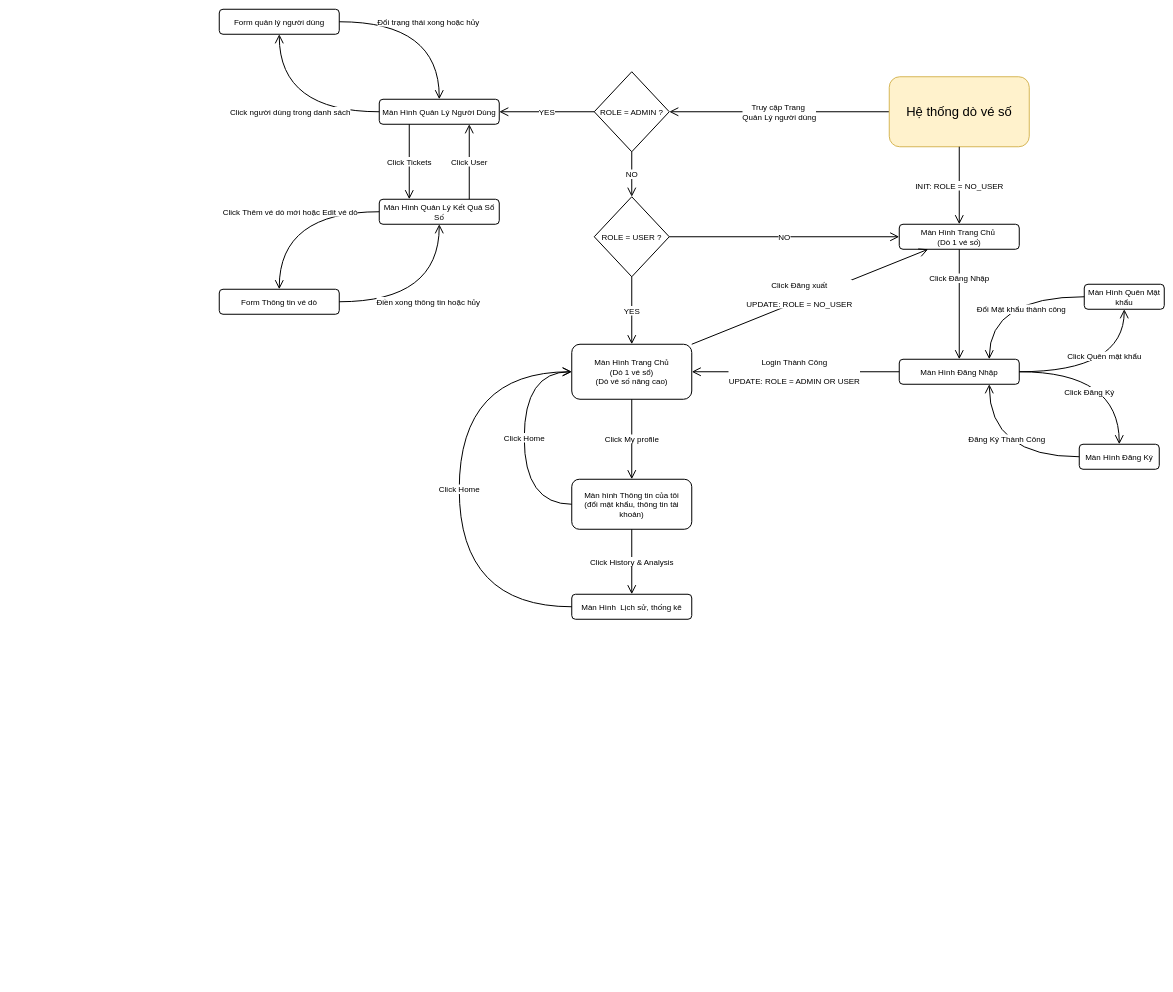
The draw.io diagram Task 1/Diagrams/Screen Flow.drawio in Stratoze/lab301, before the edit. Source tidied: cells renumbered, new cells numbered last; positions are measured from the earlier drawing's top-left corner, leaving out a move shared by most shapes. Both pictures are drawn from the tidied source at 50%, with x=0, y=0 at pixel (219, 9).
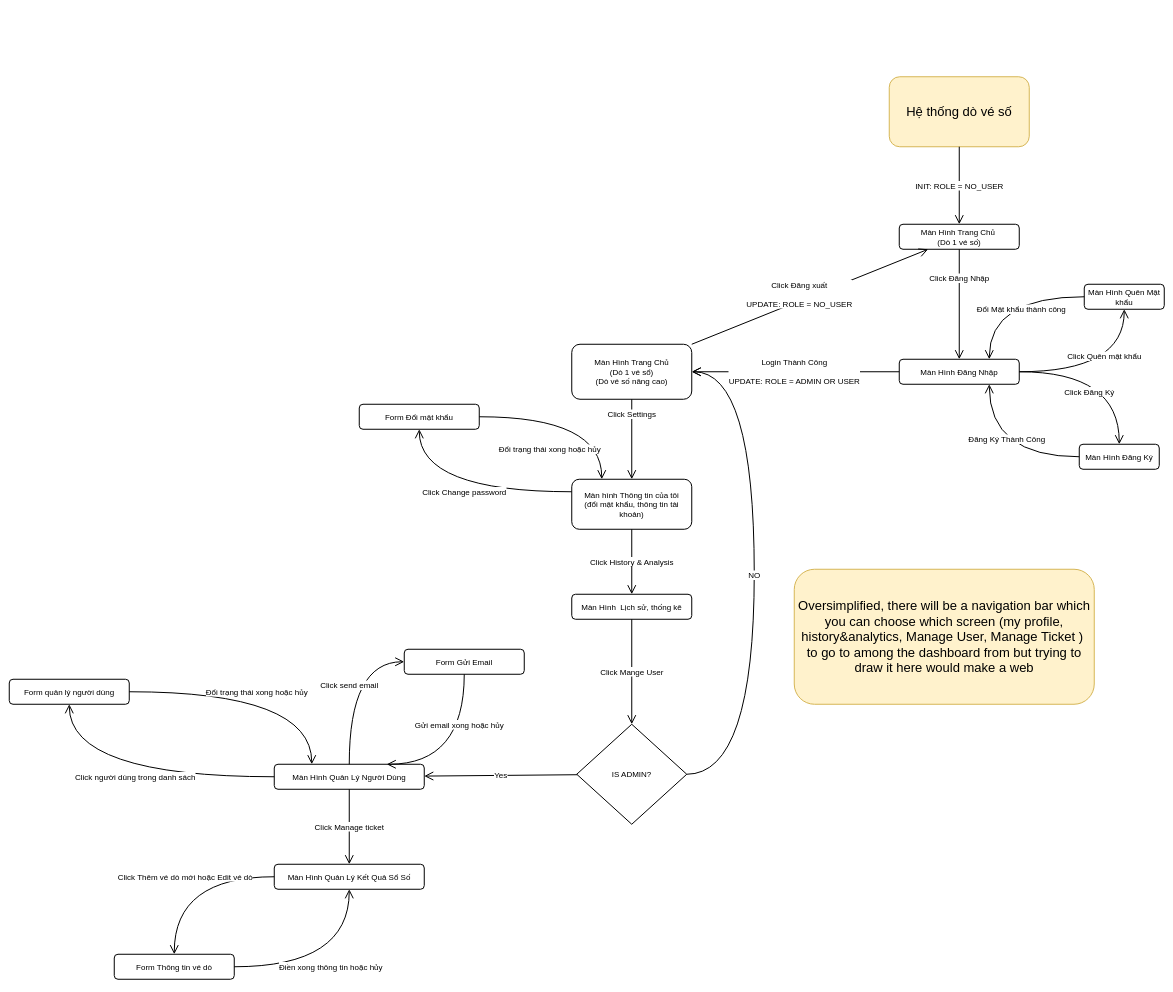
After the change.

The change refers to these unchanged cells:
```xml
<mxCell id="2" value="Màn Hình Trang Chủ&amp;nbsp;&lt;br&gt;(Dò 1 vé số)" style="rounded=1;whiteSpace=wrap;html=1;strokeWidth=2;fontSize=16;" parent="1" vertex="1">
  <mxGeometry x="1360" y="430" width="240" height="50" as="geometry" />
</mxCell>
<mxCell id="14" value="Hệ thống dò vé số" style="rounded=1;whiteSpace=wrap;html=1;strokeWidth=2;fontSize=26;fillColor=#fff2cc;strokeColor=#d6b656;" parent="1" vertex="1">
  <mxGeometry x="1340" y="135" width="280" height="140" as="geometry" />
</mxCell>
<mxCell id="21" value="Màn Hình Trang Chủ&lt;div&gt;(Dò 1 vé sổ)&lt;br&gt;(Dò vé số nâng cao)&lt;/div&gt;" style="rounded=1;whiteSpace=wrap;html=1;strokeWidth=2;fontSize=16;" parent="1" vertex="1">
  <mxGeometry x="705" y="670" width="240" height="110" as="geometry" />
</mxCell>
<mxCell id="29" value="Màn Hình&amp;nbsp; Lịch sử, thống kê" style="rounded=1;whiteSpace=wrap;html=1;strokeWidth=2;fontSize=16;" parent="1" vertex="1">
  <mxGeometry x="705" y="1170" width="240" height="50" as="geometry" />
</mxCell>
<mxCell id="31" value="Màn hình Thông tin của tôi&lt;div&gt;(đổi mật khẩu, thông tin tài khoản)&lt;/div&gt;" style="rounded=1;whiteSpace=wrap;html=1;strokeWidth=2;fontSize=16;" parent="1" vertex="1">
  <mxGeometry x="705" y="940" width="240" height="100" as="geometry" />
</mxCell>
```

The edit, as a diff of the source:
```diff
@@
     <mxCell id="12" value="Màn Hình Quản Lý Người Dùng" style="rounded=1;whiteSpace=wrap;html=1;strokeWidth=2;fontSize=16;" parent="1" vertex="1">
-      <mxGeometry x="320" y="180" width="240" height="50" as="geometry" />
+      <mxGeometry x="110" y="1510" width="300" height="50" as="geometry" />
     </mxCell>
-    <mxCell id="13" value="Truy cập Trang&amp;nbsp;&lt;div&gt;Quản Lý người dùng&lt;/div&gt;" style="endArrow=open;html=1;rounded=0;strokeWidth=2;endFill=0;endSize=14;fontSize=16;" parent="1" edge="1" source="14" target="16">
-      <mxGeometry relative="1" as="geometry" />
-    </mxCell>
@@
-    <mxCell id="16" value="ROLE = ADMIN ?" style="rhombus;whiteSpace=wrap;html=1;fontSize=16;strokeWidth=2;" parent="1" vertex="1">
-      <mxGeometry x="750" y="125" width="150" height="160" as="geometry" />
-    </mxCell>
-    <mxCell id="17" value="YES" style="endArrow=open;html=1;rounded=0;strokeWidth=2;endFill=0;endSize=14;fontSize=16;" parent="1" edge="1" source="16" target="12">
-      <mxGeometry relative="1" as="geometry" />
-    </mxCell>
-    <mxCell id="18" value="NO" style="endArrow=open;html=1;rounded=0;strokeWidth=2;endFill=0;endSize=14;fontSize=16;exitX=0.5;exitY=1;exitDx=0;exitDy=0;" parent="1" edge="1" source="16" target="22">
-      <mxGeometry relative="1" as="geometry" />
-    </mxCell>
     <mxCell id="19" value="Màn Hình Quản Lý Kết Quả Sổ Số" style="rounded=1;whiteSpace=wrap;html=1;strokeWidth=2;fontSize=16;" parent="1" vertex="1">
-      <mxGeometry x="320" y="380" width="240" height="50" as="geometry" />
+      <mxGeometry x="110" y="1710" width="300" height="50" as="geometry" />
     </mxCell>
-    <mxCell id="20" value="Click Tickets" style="endArrow=open;html=1;rounded=0;strokeWidth=2;endFill=0;endSize=14;fontSize=16;exitX=0.25;exitY=1;exitDx=0;exitDy=0;entryX=0.25;entryY=0;entryDx=0;entryDy=0;" parent="1" edge="1" source="12" target="19">
-      <mxGeometry relative="1" as="geometry" />
-    </mxCell>
@@
-    <mxCell id="22" value="ROLE = USER ?" style="rhombus;whiteSpace=wrap;html=1;fontSize=16;strokeWidth=2;" parent="1" vertex="1">
-      <mxGeometry x="750" y="375" width="150" height="160" as="geometry" />
-    </mxCell>
-    <mxCell id="23" value="NO" style="endArrow=open;html=1;rounded=0;strokeWidth=2;endFill=0;endSize=14;fontSize=16;" parent="1" edge="1" source="22" target="2">
-      <mxGeometry relative="1" as="geometry" />
-    </mxCell>
-    <mxCell id="24" value="YES" style="endArrow=open;html=1;rounded=0;strokeWidth=2;endFill=0;endSize=14;fontSize=16;" parent="1" edge="1" source="22" target="21">
-      <mxGeometry relative="1" as="geometry" />
-    </mxCell>
     <mxCell id="25" value="Form Thông tin vé dò" style="rounded=1;whiteSpace=wrap;html=1;strokeWidth=2;fontSize=16;" parent="1" vertex="1">
-      <mxGeometry y="560" width="240" height="50" as="geometry" />
+      <mxGeometry x="-210" y="1890" width="240" height="50" as="geometry" />
     </mxCell>
@@
     <mxCell id="27" value="Form quản lý người dùng" style="rounded=1;whiteSpace=wrap;html=1;strokeWidth=2;fontSize=16;" parent="1" vertex="1">
-      <mxGeometry width="240" height="50" as="geometry" />
+      <mxGeometry x="-420" y="1340" width="240" height="50" as="geometry" />
     </mxCell>
@@
-    <mxCell id="30" value="Click My profile" style="endArrow=open;html=1;rounded=0;strokeWidth=2;endFill=0;endSize=14;fontSize=16;" parent="1" edge="1" source="21" target="31">
-      <mxGeometry relative="1" as="geometry" />
+    <mxCell id="30" value="Click Settings" style="endArrow=open;html=1;rounded=0;strokeWidth=2;endFill=0;endSize=14;fontSize=16;" parent="1" edge="1" source="21" target="31">
+      <mxGeometry x="-0.62" relative="1" as="geometry" />
     </mxCell>
@@
-    <mxCell id="33" value="Click Home" style="endArrow=open;html=1;rounded=0;strokeWidth=2;endFill=0;endSize=14;fontSize=16;edgeStyle=orthogonalEdgeStyle;curved=1;exitX=0;exitY=0.5;exitDx=0;exitDy=0;entryX=0;entryY=0.5;entryDx=0;entryDy=0;" parent="1" edge="1" source="29" target="21">
-      <mxGeometry relative="1" as="geometry">
-        <Array as="points">
-          <mxPoint x="480" y="1195" />
-          <mxPoint x="480" y="725" />
-        </Array>
-      </mxGeometry>
-    </mxCell>
-    <mxCell id="34" value="Click Home" style="endArrow=open;html=1;rounded=0;strokeWidth=2;endFill=0;endSize=14;fontSize=16;edgeStyle=orthogonalEdgeStyle;curved=1;exitX=0;exitY=0.5;exitDx=0;exitDy=0;entryX=0;entryY=0.5;entryDx=0;entryDy=0;" parent="1" edge="1" source="31" target="21">
-      <mxGeometry relative="1" as="geometry">
-        <Array as="points">
-          <mxPoint x="610" y="990" />
-          <mxPoint x="610" y="725" />
-        </Array>
-      </mxGeometry>
-    </mxCell>
@@
-    <mxCell id="37" value="Đổi trạng thái xong hoặc hủy" style="endArrow=open;html=1;rounded=0;strokeWidth=2;endFill=0;endSize=14;fontSize=16;edgeStyle=orthogonalEdgeStyle;curved=1;exitX=1;exitY=0.5;exitDx=0;exitDy=0;" parent="1" edge="1" source="27" target="12">
+    <mxCell id="37" value="Đổi trạng thái xong hoặc hủy" style="endArrow=open;html=1;rounded=0;strokeWidth=2;endFill=0;endSize=14;fontSize=16;edgeStyle=orthogonalEdgeStyle;curved=1;exitX=1;exitY=0.5;exitDx=0;exitDy=0;entryX=0.25;entryY=0;entryDx=0;entryDy=0;" parent="1" edge="1" source="27" target="12">
       <mxGeometry relative="1" as="geometry" />
     </mxCell>
-    <mxCell id="38" value="Click User" style="endArrow=open;html=1;rounded=0;strokeWidth=2;endFill=0;endSize=14;fontSize=16;exitX=0.75;exitY=0;exitDx=0;exitDy=0;entryX=0.75;entryY=1;entryDx=0;entryDy=0;" parent="1" edge="1" source="19" target="12">
-      <mxGeometry relative="1" as="geometry" />
-    </mxCell>
@@
+    <mxCell id="40" value="Form Đổi mật khẩu" style="rounded=1;whiteSpace=wrap;html=1;strokeWidth=2;fontSize=16;" parent="1" vertex="1">
+      <mxGeometry x="280" y="790" width="240" height="50" as="geometry" />
+    </mxCell>
+    <mxCell id="41" value="Click Change password" style="endArrow=open;html=1;rounded=0;strokeWidth=2;endFill=0;endSize=14;fontSize=16;edgeStyle=orthogonalEdgeStyle;curved=1;exitX=0;exitY=0.25;exitDx=0;exitDy=0;" parent="1" edge="1" source="31" target="40">
+      <mxGeometry relative="1" as="geometry" />
+    </mxCell>
+    <mxCell id="42" value="Đổi trạng thái xong hoặc hủy" style="endArrow=open;html=1;rounded=0;strokeWidth=2;endFill=0;endSize=14;fontSize=16;edgeStyle=orthogonalEdgeStyle;curved=1;exitX=1;exitY=0.5;exitDx=0;exitDy=0;entryX=0.25;entryY=0;entryDx=0;entryDy=0;" parent="1" edge="1" source="40" target="31">
+      <mxGeometry x="-0.24" y="-65" relative="1" as="geometry" />
+    </mxCell>
+    <mxCell id="43" value="IS ADMIN?" style="rhombus;whiteSpace=wrap;html=1;strokeWidth=2;fontSize=16;" parent="1" vertex="1">
+      <mxGeometry x="715" y="1430" width="220" height="200" as="geometry" />
+    </mxCell>
+    <mxCell id="44" value="Click Mange User" style="endArrow=open;html=1;rounded=0;strokeWidth=2;endFill=0;endSize=14;fontSize=16;" parent="1" edge="1" source="29" target="43">
+      <mxGeometry relative="1" as="geometry" />
+    </mxCell>
+    <mxCell id="45" value="Yes" style="endArrow=open;html=1;rounded=0;strokeWidth=2;endFill=0;endSize=14;fontSize=16;" parent="1" edge="1" source="43" target="12">
+      <mxGeometry relative="1" as="geometry" />
+    </mxCell>
+    <mxCell id="46" value="NO" style="endArrow=open;html=1;rounded=0;strokeWidth=2;endFill=0;endSize=14;fontSize=16;edgeStyle=orthogonalEdgeStyle;curved=1;" parent="1" edge="1" source="43" target="21">
+      <mxGeometry relative="1" as="geometry">
+        <Array as="points">
+          <mxPoint x="1070" y="1530" />
+          <mxPoint x="1070" y="725" />
+        </Array>
+      </mxGeometry>
+    </mxCell>
+    <mxCell id="20" value="Click Manage ticket" style="endArrow=open;html=1;rounded=0;strokeWidth=2;endFill=0;endSize=14;fontSize=16;" parent="1" edge="1" source="12" target="19">
+      <mxGeometry relative="1" as="geometry" />
+    </mxCell>
+    <mxCell id="47" value="Oversimplified, there will be a navigation bar which you can choose which screen (my profile, history&amp;amp;analytics, Manage User, Manage Ticket )&amp;nbsp;&lt;div&gt;to go to among the dashboard from but trying to draw it here would make a web&lt;/div&gt;" style="rounded=1;whiteSpace=wrap;html=1;strokeWidth=2;fontSize=26;fillColor=#fff2cc;strokeColor=#d6b656;" parent="1" vertex="1">
+      <mxGeometry x="1150" y="1120" width="600" height="270" as="geometry" />
+    </mxCell>
+    <mxCell id="48" value="Form Gửi Email" style="rounded=1;whiteSpace=wrap;html=1;strokeWidth=2;fontSize=16;" parent="1" vertex="1">
+      <mxGeometry x="370" y="1280" width="240" height="50" as="geometry" />
+    </mxCell>
+    <mxCell id="49" value="Click send email" style="endArrow=open;html=1;rounded=0;strokeWidth=2;endFill=0;endSize=14;fontSize=16;edgeStyle=orthogonalEdgeStyle;curved=1;entryX=0;entryY=0.5;entryDx=0;entryDy=0;" parent="1" edge="1" source="12" target="48">
+      <mxGeometry relative="1" as="geometry" />
+    </mxCell>
+    <mxCell id="50" value="Gửi email xong hoặc hủy" style="endArrow=open;html=1;rounded=0;strokeWidth=2;endFill=0;endSize=14;fontSize=16;edgeStyle=orthogonalEdgeStyle;curved=1;exitX=0.5;exitY=1;exitDx=0;exitDy=0;entryX=0.75;entryY=0;entryDx=0;entryDy=0;" parent="1" edge="1" source="48" target="12">
+      <mxGeometry x="-0.4" y="-10" relative="1" as="geometry">
+        <Array as="points">
+          <mxPoint x="490" y="1510" />
+        </Array>
+      </mxGeometry>
+    </mxCell>
```
